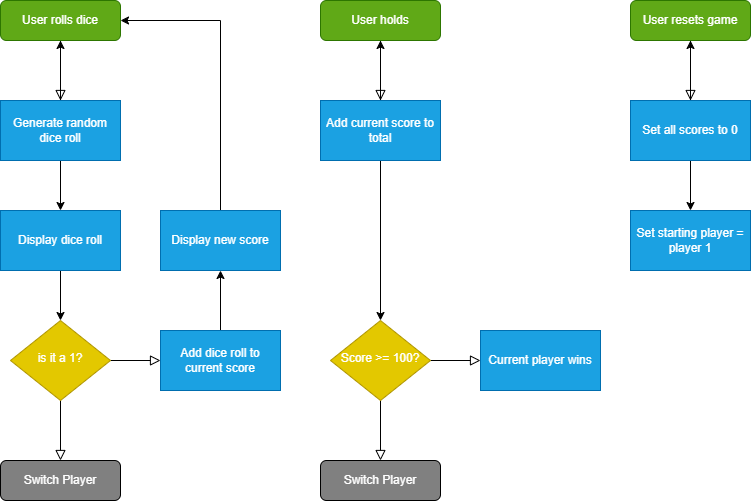
Before: dice_game_processes.drawio.png, a diagram exported from draw.io (KaminoSec/dice_game). Source tidied: cells renumbered, new cells last; positions are measured from the earlier drawing's top-left corner, leaving out a move shared by most shapes.
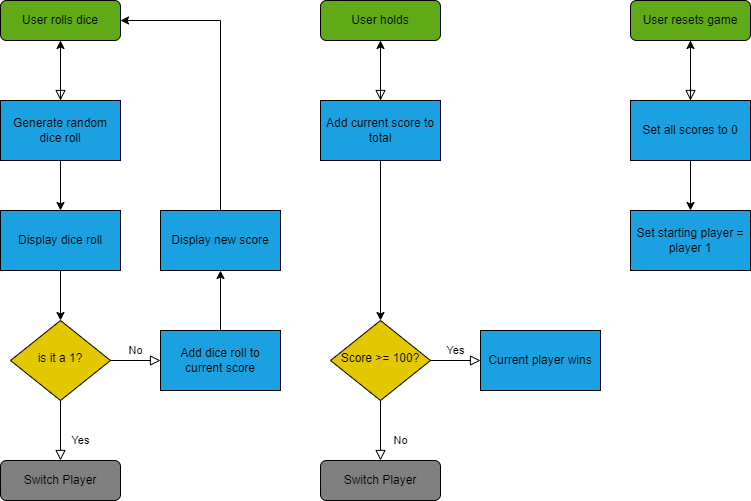
Above is the later version.

Change to the diagram source:
```diff
@@ -2,115 +2,115 @@
   <root>
     <mxCell id="0" />
     <mxCell id="1" parent="0" />
-    <mxCell id="2" style="rounded=0;html=1;jettySize=auto;fontSize=11;endArrow=block;endFill=0;endSize=8;strokeWidth=1;shadow=0;labelBackgroundColor=none;edgeStyle=orthogonalEdgeStyle;entryX=0.5;entryY=0;entryDx=0;entryDy=0;fontColor=#FFFFFF;" parent="1" edge="1" source="3">
+    <mxCell id="2" style="rounded=0;html=1;jettySize=auto;fontSize=11;endArrow=block;endFill=0;endSize=8;strokeWidth=1;shadow=0;labelBackgroundColor=none;edgeStyle=orthogonalEdgeStyle;entryX=0.5;entryY=0;entryDx=0;entryDy=0;fontColor=#000000;strokeColor=#000000;" parent="1" edge="1" source="3">
       <mxGeometry relative="1" as="geometry">
         <mxPoint x="60" y="100" as="targetPoint" />
       </mxGeometry>
     </mxCell>
-    <mxCell id="3" value="&lt;font&gt;User rolls dice&lt;/font&gt;" style="rounded=1;whiteSpace=wrap;html=1;fontSize=12;glass=0;strokeWidth=1;shadow=0;fillColor=#60a917;fontColor=#FFFFFF;strokeColor=#2D7600;" parent="1" vertex="1">
+    <mxCell id="3" value="&lt;font&gt;User rolls dice&lt;/font&gt;" style="rounded=1;whiteSpace=wrap;html=1;fontSize=12;glass=0;strokeWidth=1;shadow=0;fillColor=#60a917;fontColor=#000000;strokeColor=#000000;" parent="1" vertex="1">
       <mxGeometry width="120" height="40" as="geometry" />
     </mxCell>
-    <mxCell id="4" value="Yes" style="rounded=0;html=1;jettySize=auto;fontSize=11;endArrow=block;endFill=0;endSize=8;strokeWidth=1;shadow=0;labelBackgroundColor=none;edgeStyle=orthogonalEdgeStyle;fontColor=#FFFFFF;" parent="1" edge="1" source="6" target="7">
+    <mxCell id="4" value="Yes" style="rounded=0;html=1;jettySize=auto;fontSize=11;endArrow=block;endFill=0;endSize=8;strokeWidth=1;shadow=0;labelBackgroundColor=none;edgeStyle=orthogonalEdgeStyle;fontColor=#000000;strokeColor=#000000;" parent="1" edge="1" source="6" target="7">
       <mxGeometry x="0.33" y="20" relative="1" as="geometry" />
     </mxCell>
-    <mxCell id="5" value="No" style="edgeStyle=orthogonalEdgeStyle;rounded=0;html=1;jettySize=auto;fontSize=11;endArrow=block;endFill=0;endSize=8;strokeWidth=1;shadow=0;labelBackgroundColor=none;fontColor=#FFFFFF;" parent="1" edge="1" source="6">
+    <mxCell id="5" value="No" style="edgeStyle=orthogonalEdgeStyle;rounded=0;html=1;jettySize=auto;fontSize=11;endArrow=block;endFill=0;endSize=8;strokeWidth=1;shadow=0;labelBackgroundColor=none;fontColor=#000000;strokeColor=#000000;" parent="1" edge="1" source="6">
       <mxGeometry y="10" relative="1" as="geometry">
         <mxPoint x="160" y="360" as="targetPoint" />
       </mxGeometry>
     </mxCell>
-    <mxCell id="6" value="is it a 1?" style="rhombus;whiteSpace=wrap;html=1;shadow=0;fontFamily=Helvetica;fontSize=12;align=center;strokeWidth=1;spacing=6;spacingTop=-4;fillColor=#e3c800;fontColor=#FFFFFF;strokeColor=#B09500;" parent="1" vertex="1">
+    <mxCell id="6" value="is it a 1?" style="rhombus;whiteSpace=wrap;html=1;shadow=0;fontFamily=Helvetica;fontSize=12;align=center;strokeWidth=1;spacing=6;spacingTop=-4;fillColor=#e3c800;fontColor=#000000;strokeColor=#000000;" parent="1" vertex="1">
       <mxGeometry x="10" y="320" width="100" height="80" as="geometry" />
     </mxCell>
-    <mxCell id="7" value="Switch Player" style="rounded=1;whiteSpace=wrap;html=1;fontSize=12;glass=0;strokeWidth=1;shadow=0;fillColor=#808080;fontColor=#FFFFFF;strokeColor=#000000;" parent="1" vertex="1">
+    <mxCell id="7" value="Switch Player" style="rounded=1;whiteSpace=wrap;html=1;fontSize=12;glass=0;strokeWidth=1;shadow=0;fillColor=#808080;fontColor=#000000;strokeColor=#000000;" parent="1" vertex="1">
       <mxGeometry y="460" width="120" height="40" as="geometry" />
     </mxCell>
-    <mxCell id="8" style="edgeStyle=orthogonalEdgeStyle;rounded=0;jettySize=auto;html=1;exitX=0.5;exitY=0;exitDx=0;exitDy=0;exitPerimeter=0;fontColor=#FFFFFF;" parent="1" edge="1" target="3">
+    <mxCell id="8" style="edgeStyle=orthogonalEdgeStyle;rounded=0;jettySize=auto;html=1;exitX=0.5;exitY=0;exitDx=0;exitDy=0;exitPerimeter=0;fontColor=#000000;strokeColor=#000000;" parent="1" edge="1" target="3">
       <mxGeometry relative="1" as="geometry">
         <mxPoint x="60" y="100" as="sourcePoint" />
       </mxGeometry>
     </mxCell>
-    <mxCell id="9" style="edgeStyle=orthogonalEdgeStyle;rounded=0;jettySize=auto;html=1;exitX=0.5;exitY=1;exitDx=0;exitDy=0;entryX=0.5;entryY=0;entryDx=0;entryDy=0;fontColor=#FFFFFF;" parent="1" edge="1" source="10" target="12">
+    <mxCell id="9" style="edgeStyle=orthogonalEdgeStyle;rounded=0;jettySize=auto;html=1;exitX=0.5;exitY=1;exitDx=0;exitDy=0;entryX=0.5;entryY=0;entryDx=0;entryDy=0;fontColor=#000000;strokeColor=#000000;" parent="1" edge="1" source="10" target="12">
       <mxGeometry relative="1" as="geometry" />
     </mxCell>
-    <mxCell id="10" value="Generate random dice roll" style="rounded=0;whiteSpace=wrap;html=1;fillColor=#1ba1e2;fontColor=#FFFFFF;strokeColor=#006EAF;" parent="1" vertex="1">
+    <mxCell id="10" value="Generate random dice roll" style="rounded=0;whiteSpace=wrap;html=1;fillColor=#1ba1e2;fontColor=#000000;strokeColor=#000000;" parent="1" vertex="1">
       <mxGeometry y="100" width="120" height="60" as="geometry" />
     </mxCell>
-    <mxCell id="11" style="edgeStyle=orthogonalEdgeStyle;rounded=0;jettySize=auto;html=1;exitX=0.5;exitY=1;exitDx=0;exitDy=0;entryX=0.5;entryY=0;entryDx=0;entryDy=0;fontColor=#FFFFFF;" parent="1" edge="1" source="12" target="6">
+    <mxCell id="11" style="edgeStyle=orthogonalEdgeStyle;rounded=0;jettySize=auto;html=1;exitX=0.5;exitY=1;exitDx=0;exitDy=0;entryX=0.5;entryY=0;entryDx=0;entryDy=0;fontColor=#000000;strokeColor=#000000;" parent="1" edge="1" source="12" target="6">
       <mxGeometry relative="1" as="geometry" />
     </mxCell>
-    <mxCell id="12" value="Display dice roll" style="rounded=0;whiteSpace=wrap;html=1;fillColor=#1ba1e2;fontColor=#FFFFFF;strokeColor=#006EAF;" parent="1" vertex="1">
+    <mxCell id="12" value="Display dice roll" style="rounded=0;whiteSpace=wrap;html=1;fillColor=#1ba1e2;fontColor=#000000;strokeColor=#000000;" parent="1" vertex="1">
       <mxGeometry y="210" width="120" height="60" as="geometry" />
     </mxCell>
-    <mxCell id="13" style="edgeStyle=orthogonalEdgeStyle;rounded=0;jettySize=auto;html=1;exitX=0.5;exitY=0;exitDx=0;exitDy=0;entryX=0.5;entryY=1;entryDx=0;entryDy=0;fontColor=#FFFFFF;" parent="1" edge="1" source="14" target="16">
+    <mxCell id="13" style="edgeStyle=orthogonalEdgeStyle;rounded=0;jettySize=auto;html=1;exitX=0.5;exitY=0;exitDx=0;exitDy=0;entryX=0.5;entryY=1;entryDx=0;entryDy=0;fontColor=#000000;strokeColor=#000000;" parent="1" edge="1" source="14" target="16">
       <mxGeometry relative="1" as="geometry" />
     </mxCell>
-    <mxCell id="14" value="Add dice roll to current score" style="rounded=0;whiteSpace=wrap;html=1;fillColor=#1ba1e2;fontColor=#FFFFFF;strokeColor=#006EAF;" parent="1" vertex="1">
+    <mxCell id="14" value="Add dice roll to current score" style="rounded=0;whiteSpace=wrap;html=1;fillColor=#1ba1e2;fontColor=#000000;strokeColor=#000000;" parent="1" vertex="1">
       <mxGeometry x="160" y="330" width="120" height="60" as="geometry" />
     </mxCell>
-    <mxCell id="15" style="edgeStyle=orthogonalEdgeStyle;rounded=0;jettySize=auto;html=1;entryX=1;entryY=0.5;entryDx=0;entryDy=0;exitX=0.5;exitY=0;exitDx=0;exitDy=0;fontColor=#FFFFFF;" parent="1" edge="1" source="16" target="3">
+    <mxCell id="15" style="edgeStyle=orthogonalEdgeStyle;rounded=0;jettySize=auto;html=1;entryX=1;entryY=0.5;entryDx=0;entryDy=0;exitX=0.5;exitY=0;exitDx=0;exitDy=0;fontColor=#000000;strokeColor=#000000;" parent="1" edge="1" source="16" target="3">
       <mxGeometry relative="1" as="geometry" />
     </mxCell>
-    <mxCell id="16" value="Display new score" style="rounded=0;whiteSpace=wrap;html=1;fillColor=#1ba1e2;fontColor=#FFFFFF;strokeColor=#006EAF;" parent="1" vertex="1">
+    <mxCell id="16" value="Display new score" style="rounded=0;whiteSpace=wrap;html=1;fillColor=#1ba1e2;fontColor=#000000;strokeColor=#000000;" parent="1" vertex="1">
       <mxGeometry x="160" y="210" width="120" height="60" as="geometry" />
     </mxCell>
-    <mxCell id="17" style="rounded=0;html=1;jettySize=auto;fontSize=11;endArrow=block;endFill=0;endSize=8;strokeWidth=1;shadow=0;labelBackgroundColor=none;edgeStyle=orthogonalEdgeStyle;entryX=0.5;entryY=0;entryDx=0;entryDy=0;fontColor=#FFFFFF;" parent="1" edge="1" source="18">
+    <mxCell id="17" style="rounded=0;html=1;jettySize=auto;fontSize=11;endArrow=block;endFill=0;endSize=8;strokeWidth=1;shadow=0;labelBackgroundColor=none;edgeStyle=orthogonalEdgeStyle;entryX=0.5;entryY=0;entryDx=0;entryDy=0;fontColor=#000000;strokeColor=#000000;" parent="1" edge="1" source="18">
       <mxGeometry relative="1" as="geometry">
         <mxPoint x="380" y="100" as="targetPoint" />
       </mxGeometry>
     </mxCell>
-    <mxCell id="18" value="&lt;font&gt;User holds&lt;/font&gt;" style="rounded=1;whiteSpace=wrap;html=1;fontSize=12;glass=0;strokeWidth=1;shadow=0;fillColor=#60a917;fontColor=#FFFFFF;strokeColor=#2D7600;" parent="1" vertex="1">
+    <mxCell id="18" value="&lt;font&gt;User holds&lt;/font&gt;" style="rounded=1;whiteSpace=wrap;html=1;fontSize=12;glass=0;strokeWidth=1;shadow=0;fillColor=#60a917;fontColor=#000000;strokeColor=#000000;" parent="1" vertex="1">
       <mxGeometry x="320" width="120" height="40" as="geometry" />
     </mxCell>
-    <mxCell id="19" value="No" style="rounded=0;html=1;jettySize=auto;fontSize=11;endArrow=block;endFill=0;endSize=8;strokeWidth=1;shadow=0;labelBackgroundColor=none;edgeStyle=orthogonalEdgeStyle;fontColor=#FFFFFF;" parent="1" edge="1" source="21">
+    <mxCell id="19" value="No" style="rounded=0;html=1;jettySize=auto;fontSize=11;endArrow=block;endFill=0;endSize=8;strokeWidth=1;shadow=0;labelBackgroundColor=none;edgeStyle=orthogonalEdgeStyle;fontColor=#000000;strokeColor=#000000;" parent="1" edge="1" source="21">
       <mxGeometry x="0.33" y="20" relative="1" as="geometry">
         <mxPoint x="380" y="460" as="targetPoint" />
       </mxGeometry>
     </mxCell>
-    <mxCell id="20" value="Yes" style="edgeStyle=orthogonalEdgeStyle;rounded=0;html=1;jettySize=auto;fontSize=11;endArrow=block;endFill=0;endSize=8;strokeWidth=1;shadow=0;labelBackgroundColor=none;fontColor=#FFFFFF;" parent="1" edge="1" source="21">
+    <mxCell id="20" value="Yes" style="edgeStyle=orthogonalEdgeStyle;rounded=0;html=1;jettySize=auto;fontSize=11;endArrow=block;endFill=0;endSize=8;strokeWidth=1;shadow=0;labelBackgroundColor=none;fontColor=#000000;strokeColor=#000000;" parent="1" edge="1" source="21">
       <mxGeometry y="10" relative="1" as="geometry">
         <mxPoint x="480" y="360" as="targetPoint" />
       </mxGeometry>
     </mxCell>
-    <mxCell id="21" value="Score &amp;gt;= 100?" style="rhombus;whiteSpace=wrap;html=1;shadow=0;fontFamily=Helvetica;fontSize=12;align=center;strokeWidth=1;spacing=6;spacingTop=-4;fillColor=#e3c800;fontColor=#FFFFFF;strokeColor=#B09500;" parent="1" vertex="1">
+    <mxCell id="21" value="Score &amp;gt;= 100?" style="rhombus;whiteSpace=wrap;html=1;shadow=0;fontFamily=Helvetica;fontSize=12;align=center;strokeWidth=1;spacing=6;spacingTop=-4;fillColor=#e3c800;fontColor=#000000;strokeColor=#000000;" parent="1" vertex="1">
       <mxGeometry x="330" y="320" width="100" height="80" as="geometry" />
     </mxCell>
-    <mxCell id="22" style="edgeStyle=orthogonalEdgeStyle;rounded=0;jettySize=auto;html=1;exitX=0.5;exitY=0;exitDx=0;exitDy=0;exitPerimeter=0;fontColor=#FFFFFF;" parent="1" edge="1" target="18">
+    <mxCell id="22" style="edgeStyle=orthogonalEdgeStyle;rounded=0;jettySize=auto;html=1;exitX=0.5;exitY=0;exitDx=0;exitDy=0;exitPerimeter=0;fontColor=#000000;strokeColor=#000000;" parent="1" edge="1" target="18">
       <mxGeometry relative="1" as="geometry">
         <mxPoint x="380" y="100" as="sourcePoint" />
       </mxGeometry>
     </mxCell>
-    <mxCell id="23" style="edgeStyle=orthogonalEdgeStyle;rounded=0;jettySize=auto;html=1;exitX=0.5;exitY=1;exitDx=0;exitDy=0;entryX=0.5;entryY=0;entryDx=0;entryDy=0;fontColor=#FFFFFF;" parent="1" edge="1" source="24" target="21">
+    <mxCell id="23" style="edgeStyle=orthogonalEdgeStyle;rounded=0;jettySize=auto;html=1;exitX=0.5;exitY=1;exitDx=0;exitDy=0;entryX=0.5;entryY=0;entryDx=0;entryDy=0;fontColor=#000000;strokeColor=#000000;" parent="1" edge="1" source="24" target="21">
       <mxGeometry relative="1" as="geometry" />
     </mxCell>
-    <mxCell id="24" value="Add current score to total" style="rounded=0;whiteSpace=wrap;html=1;fillColor=#1ba1e2;fontColor=#FFFFFF;strokeColor=#006EAF;" parent="1" vertex="1">
+    <mxCell id="24" value="Add current score to total" style="rounded=0;whiteSpace=wrap;html=1;fillColor=#1ba1e2;fontColor=#000000;strokeColor=#000000;" parent="1" vertex="1">
       <mxGeometry x="320" y="100" width="120" height="60" as="geometry" />
     </mxCell>
-    <mxCell id="25" value="Current player wins" style="rounded=0;whiteSpace=wrap;html=1;fillColor=#1ba1e2;fontColor=#FFFFFF;strokeColor=#006EAF;" parent="1" vertex="1">
+    <mxCell id="25" value="Current player wins" style="rounded=0;whiteSpace=wrap;html=1;fillColor=#1ba1e2;fontColor=#000000;strokeColor=#000000;" parent="1" vertex="1">
       <mxGeometry x="480" y="330" width="120" height="60" as="geometry" />
     </mxCell>
-    <mxCell id="26" style="rounded=0;html=1;jettySize=auto;fontSize=11;endArrow=block;endFill=0;endSize=8;strokeWidth=1;shadow=0;labelBackgroundColor=none;edgeStyle=orthogonalEdgeStyle;entryX=0.5;entryY=0;entryDx=0;entryDy=0;fontColor=#FFFFFF;" parent="1" edge="1" source="27">
+    <mxCell id="26" style="rounded=0;html=1;jettySize=auto;fontSize=11;endArrow=block;endFill=0;endSize=8;strokeWidth=1;shadow=0;labelBackgroundColor=none;edgeStyle=orthogonalEdgeStyle;entryX=0.5;entryY=0;entryDx=0;entryDy=0;fontColor=#000000;strokeColor=#000000;" parent="1" edge="1" source="27">
       <mxGeometry relative="1" as="geometry">
         <mxPoint x="690" y="100" as="targetPoint" />
       </mxGeometry>
     </mxCell>
-    <mxCell id="27" value="&lt;font&gt;User resets game&lt;/font&gt;" style="rounded=1;whiteSpace=wrap;html=1;fontSize=12;glass=0;strokeWidth=1;shadow=0;fillColor=#60a917;fontColor=#FFFFFF;strokeColor=#2D7600;" parent="1" vertex="1">
+    <mxCell id="27" value="&lt;font&gt;User resets game&lt;/font&gt;" style="rounded=1;whiteSpace=wrap;html=1;fontSize=12;glass=0;strokeWidth=1;shadow=0;fillColor=#60a917;fontColor=#000000;strokeColor=#000000;" parent="1" vertex="1">
       <mxGeometry x="630" width="120" height="40" as="geometry" />
     </mxCell>
-    <mxCell id="28" style="edgeStyle=orthogonalEdgeStyle;rounded=0;jettySize=auto;html=1;exitX=0.5;exitY=0;exitDx=0;exitDy=0;exitPerimeter=0;fontColor=#FFFFFF;" parent="1" edge="1" target="27">
+    <mxCell id="28" style="edgeStyle=orthogonalEdgeStyle;rounded=0;jettySize=auto;html=1;exitX=0.5;exitY=0;exitDx=0;exitDy=0;exitPerimeter=0;fontColor=#000000;strokeColor=#000000;" parent="1" edge="1" target="27">
       <mxGeometry relative="1" as="geometry">
         <mxPoint x="690" y="100" as="sourcePoint" />
       </mxGeometry>
     </mxCell>
-    <mxCell id="29" style="edgeStyle=orthogonalEdgeStyle;rounded=0;jettySize=auto;html=1;exitX=0.5;exitY=1;exitDx=0;exitDy=0;entryX=0.5;entryY=0;entryDx=0;entryDy=0;fontColor=#FFFFFF;" parent="1" edge="1" source="30" target="31">
+    <mxCell id="29" style="edgeStyle=orthogonalEdgeStyle;rounded=0;jettySize=auto;html=1;exitX=0.5;exitY=1;exitDx=0;exitDy=0;entryX=0.5;entryY=0;entryDx=0;entryDy=0;fontColor=#000000;strokeColor=#000000;" parent="1" edge="1" source="30" target="31">
       <mxGeometry relative="1" as="geometry" />
     </mxCell>
-    <mxCell id="30" value="Set all scores to 0" style="rounded=0;whiteSpace=wrap;html=1;fillColor=#1ba1e2;fontColor=#FFFFFF;strokeColor=#006EAF;" parent="1" vertex="1">
+    <mxCell id="30" value="Set all scores to 0" style="rounded=0;whiteSpace=wrap;html=1;fillColor=#1ba1e2;fontColor=#000000;strokeColor=#000000;" parent="1" vertex="1">
       <mxGeometry x="630" y="100" width="120" height="60" as="geometry" />
     </mxCell>
-    <mxCell id="31" value="Set starting player = player 1" style="rounded=0;whiteSpace=wrap;html=1;fillColor=#1ba1e2;fontColor=#FFFFFF;strokeColor=#006EAF;" parent="1" vertex="1">
+    <mxCell id="31" value="Set starting player = player 1" style="rounded=0;whiteSpace=wrap;html=1;fillColor=#1ba1e2;fontColor=#000000;strokeColor=#000000;" parent="1" vertex="1">
       <mxGeometry x="630" y="210" width="120" height="60" as="geometry" />
     </mxCell>
-    <mxCell id="32" value="Switch Player" style="rounded=1;whiteSpace=wrap;html=1;fontSize=12;glass=0;strokeWidth=1;shadow=0;fillColor=#808080;fontColor=#FFFFFF;strokeColor=#000000;" parent="1" vertex="1">
+    <mxCell id="32" value="Switch Player" style="rounded=1;whiteSpace=wrap;html=1;fontSize=12;glass=0;strokeWidth=1;shadow=0;fillColor=#808080;fontColor=#000000;strokeColor=#000000;" parent="1" vertex="1">
       <mxGeometry x="320" y="460" width="120" height="40" as="geometry" />
     </mxCell>
   </root>
```
